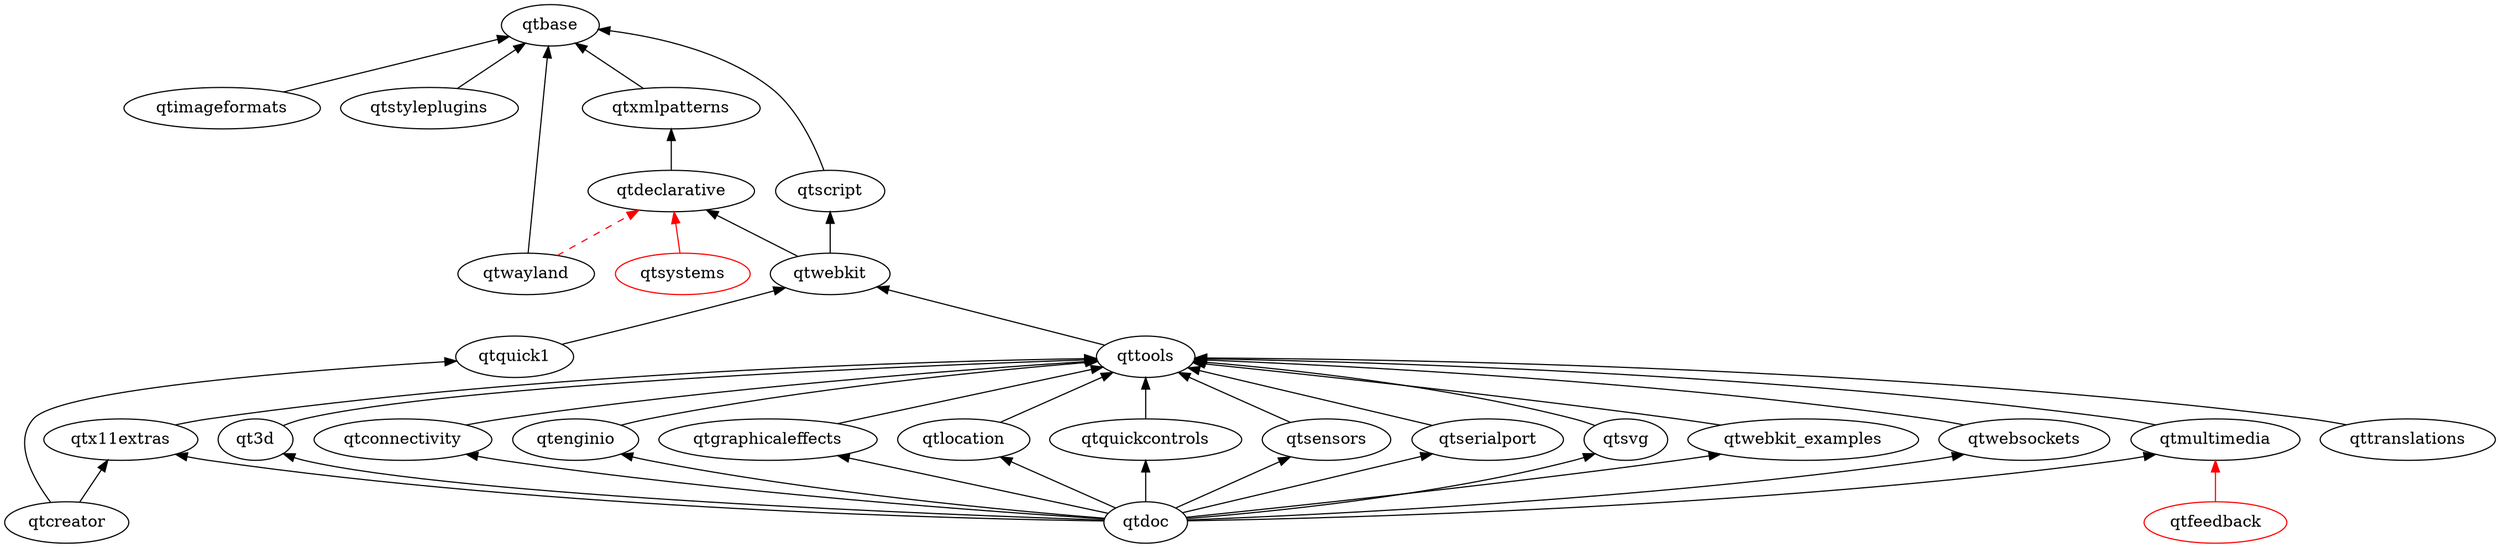
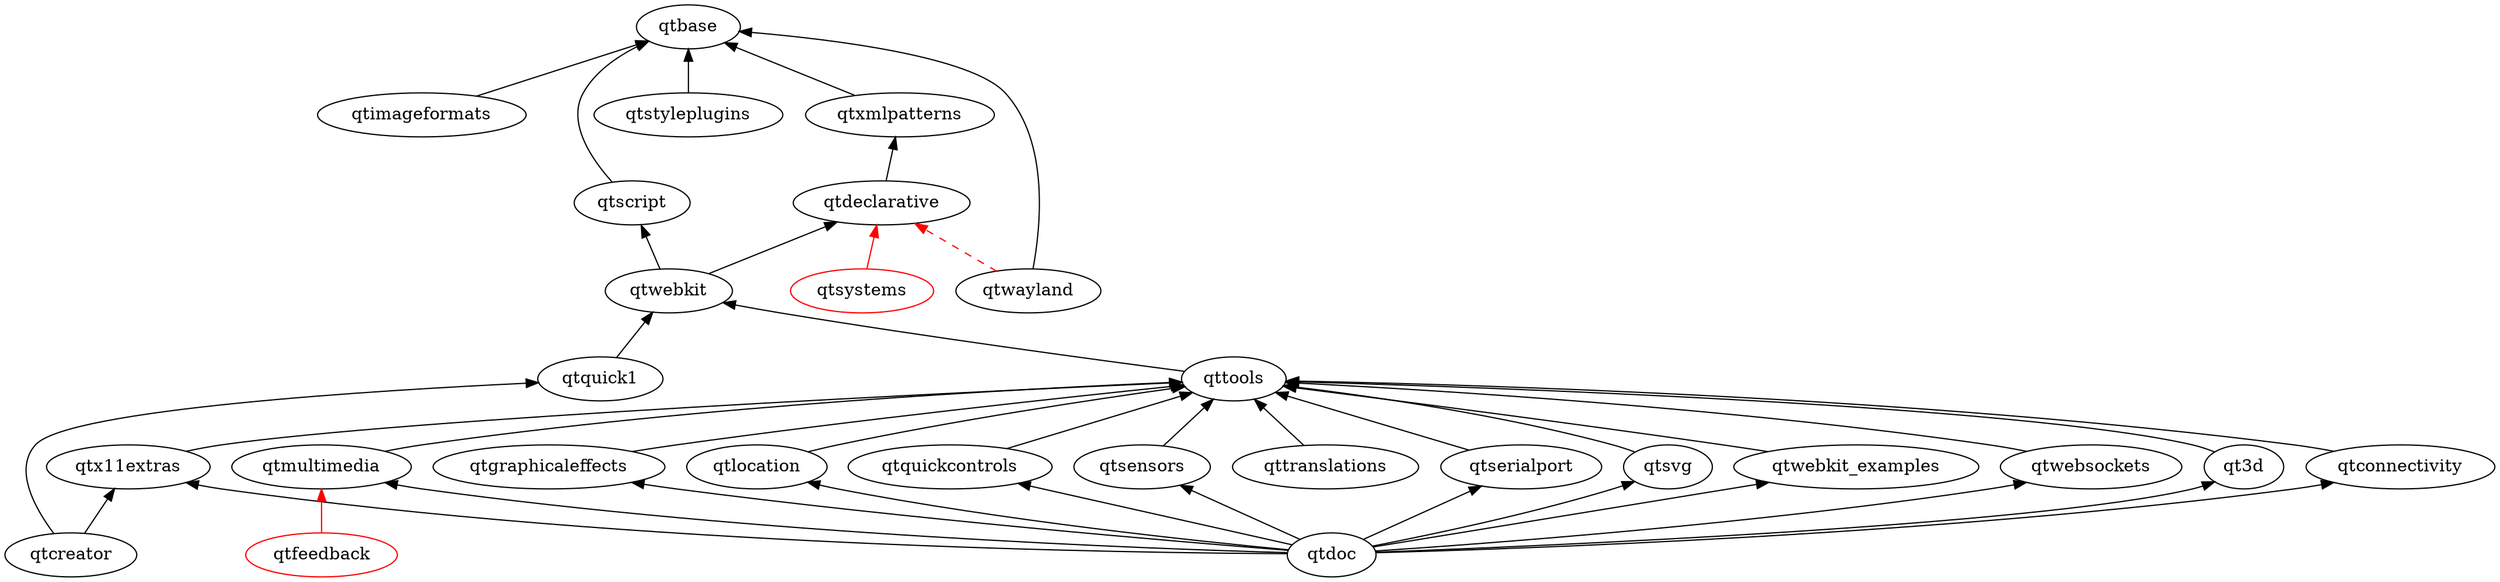
digraph qt5 {
  graph [
    rankdir = "BT"
  ]

  qt3d
  qtbase
  qtconnectivity
  qtcreator
  qtdeclarative
  qtdoc
-   qtenginio
  qtfeedback [ color = red ]
  qtgraphicaleffects
  qtimageformats
  qtlocation
  qtmultimedia
  qtquick1
  qtquickcontrols
  qtscript
  qtsensors
  qtserialport
  qtstyleplugins
  qtsvg
  qtsystems [ color = red ]
  qttools
  qttranslations
  qtwayland
  qtwebkit
  qtwebkit_examples
  qtwebsockets
  qtx11extras
  qtxmlpatterns

  qt3d -> qttools
  qtconnectivity -> qttools
  qtcreator -> qtx11extras
  qtcreator -> qtquick1
  qtdeclarative -> qtxmlpatterns
  qtdoc -> qt3d
  qtdoc -> qtgraphicaleffects
  qtdoc -> qtmultimedia
  qtdoc -> qtlocation
  qtdoc -> qtquickcontrols
  qtdoc -> qtsensors
  qtdoc -> qtserialport
  qtdoc -> qtsvg
  qtdoc -> qtx11extras
  qtdoc -> qtwebkit_examples
  qtdoc -> qtwebsockets
  qtdoc -> qtconnectivity
-   qtdoc -> qtenginio
-   qtenginio -> qttools
  qtgraphicaleffects -> qttools
  qtimageformats -> qtbase
  qtmultimedia -> qttools
  qtquick1 -> qtwebkit
  qtquickcontrols -> qttools
  qtsensors -> qttools
  qtserialport -> qttools
  qtscript -> qtbase
  qtstyleplugins -> qtbase
  qtsvg -> qttools
  qttools -> qtwebkit
  qttranslations -> qttools
  qtwayland -> qtbase
  qtwebkit -> qtscript
  qtwebkit -> qtdeclarative
  qtwebkit_examples -> qttools
  qtwebsockets -> qttools
  qtx11extras -> qttools
  qtxmlpatterns -> qtbase
  qtlocation -> qttools

  // unsure/not-uploaded
  qtfeedback -> qtmultimedia [ color = red ]
  qtsystems -> qtdeclarative [ color = red ]
  qtwayland -> qtdeclarative [ color = red style = dashed ]
}
